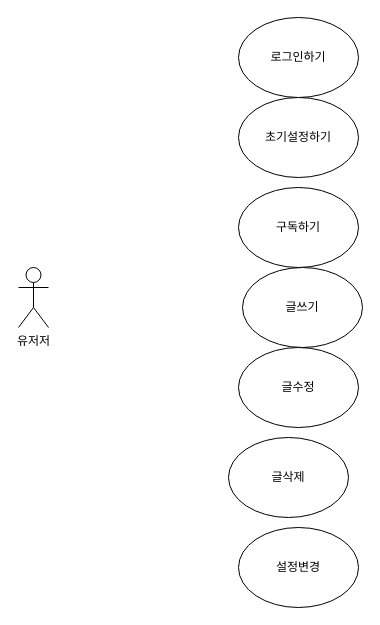
The draw.io diagram 제목 없는 다이어그램.drawio in creepereye1204/DATABASE, before the edit. Source tidied: cells renumbered, new cells numbered last; positions are measured from the earlier drawing's top-left corner, leaving out a move shared by most shapes. Both pictures are drawn from the tidied source at 100%, with x=0, y=0 at pixel (18, 17).
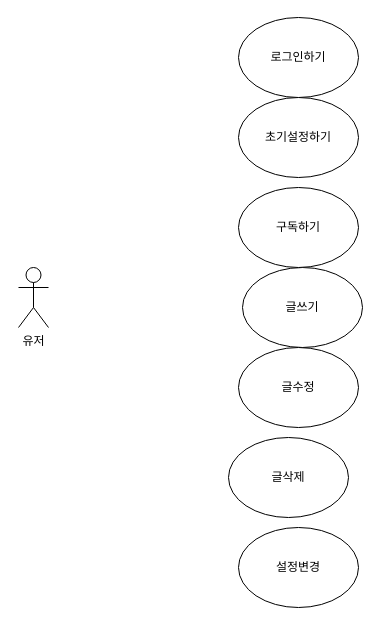
The same diagram, later.

Commit message (it also covers changes not shown here):
제목 없는 다이어그램.drawio 업데이트

What changed in the source:
```diff
@@
 <mxGraphModel>
   <root>
     <mxCell id="0" />
     <mxCell id="1" parent="0" />
-    <mxCell id="2" value="유저저" style="shape=umlActor;verticalLabelPosition=bottom;verticalAlign=top;html=1;" parent="1" vertex="1">
-      <mxGeometry y="250" width="30" height="60" as="geometry" />
-    </mxCell>
+    <mxCell id="10" value="유저" style="shape=umlActor;verticalLabelPosition=bottom;verticalAlign=top;html=1;" parent="1" vertex="1">
+      <mxGeometry y="250" width="30" height="60" as="geometry" />
+    </mxCell>
     <mxCell id="3" value="글쓰기" style="ellipse;whiteSpace=wrap;html=1;" parent="1" vertex="1">
       <mxGeometry x="224" y="250" width="120" height="80" as="geometry" />
     </mxCell>
     <mxCell id="4" value="글수정" style="ellipse;whiteSpace=wrap;html=1;" parent="1" vertex="1">
       <mxGeometry x="220" y="330" width="120" height="80" as="geometry" />
     </mxCell>
     <mxCell id="5" value="글삭제" style="ellipse;whiteSpace=wrap;html=1;" parent="1" vertex="1">
       <mxGeometry x="210" y="420" width="120" height="80" as="geometry" />
     </mxCell>
     <mxCell id="6" value="설정변경" style="ellipse;whiteSpace=wrap;html=1;" parent="1" vertex="1">
       <mxGeometry x="220" y="510" width="120" height="80" as="geometry" />
     </mxCell>
     <mxCell id="7" value="구독하기" style="ellipse;whiteSpace=wrap;html=1;" parent="1" vertex="1">
       <mxGeometry x="220" y="170" width="120" height="80" as="geometry" />
     </mxCell>
     <mxCell id="8" value="로그인하기" style="ellipse;whiteSpace=wrap;html=1;" parent="1" vertex="1">
       <mxGeometry x="220" width="120" height="80" as="geometry" />
     </mxCell>
     <mxCell id="9" value="초기설정하기" style="ellipse;whiteSpace=wrap;html=1;" parent="1" vertex="1">
       <mxGeometry x="220" y="80" width="120" height="80" as="geometry" />
     </mxCell>
   </root>
 </mxGraphModel>
```
